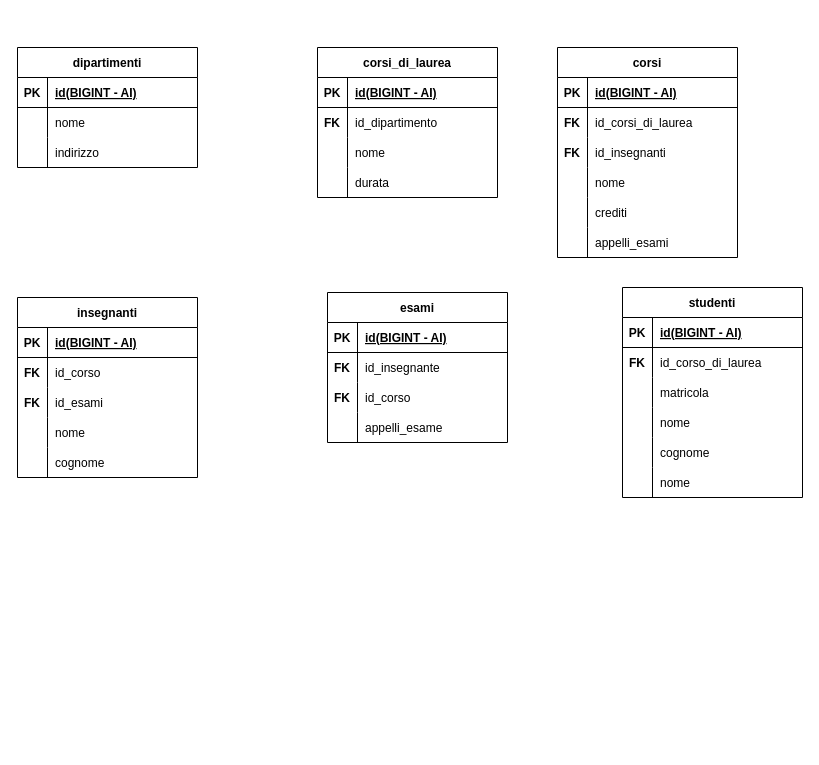
EmilioDeChiara3388/db-university keeps this draw.io diagram as university.drawio. Above is the earlier version. Source tidied: cells renumbered, new cells numbered last; positions are measured from the earlier drawing's top-left corner, leaving out a move shared by most shapes. Both pictures are drawn from the tidied source at 100%, with x=0, y=0 at pixel (17, 47).
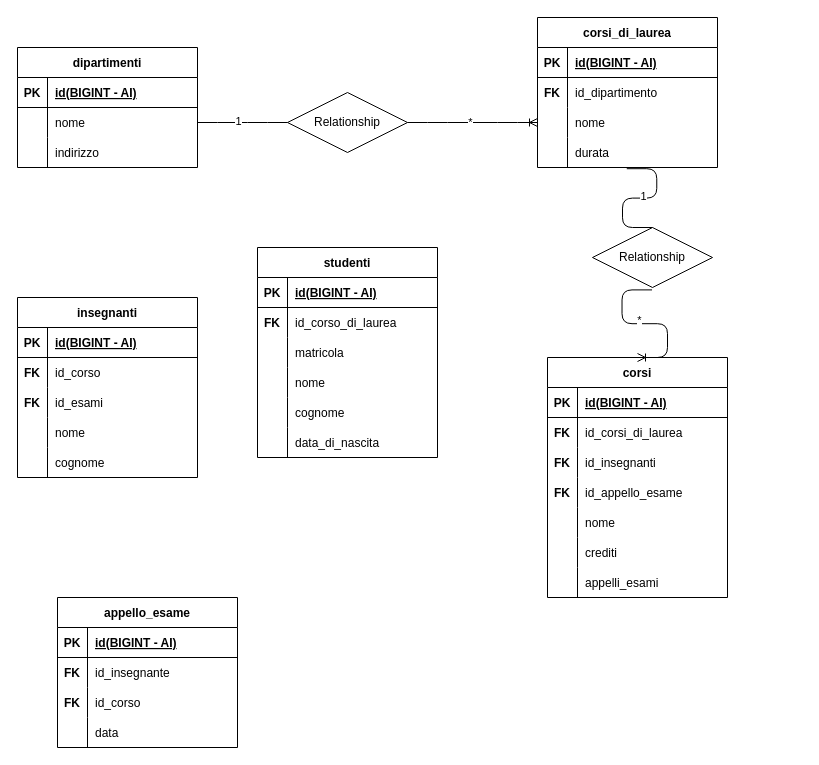
The same page after the edit.

The change refers to these unchanged cells:
```xml
<mxCell id="6" style="shape=tableRow;horizontal=0;startSize=0;swimlaneHead=0;swimlaneBody=0;fillColor=none;points=[[0,0.5],[1,0.5]];portConstraint=eastwest;top=0;left=0;right=0;bottom=0;" parent="2" vertex="1">
  <mxGeometry y="60" width="180" height="30" as="geometry" />
</mxCell>
<mxCell id="19" style="shape=tableRow;horizontal=0;startSize=0;swimlaneHead=0;swimlaneBody=0;fillColor=none;points=[[0,0.5],[1,0.5]];portConstraint=eastwest;top=0;left=0;right=0;bottom=0;" parent="12" vertex="1">
  <mxGeometry y="90" width="180" height="30" as="geometry" />
</mxCell>
<mxCell id="22" style="shape=tableRow;horizontal=0;startSize=0;swimlaneHead=0;swimlaneBody=0;fillColor=none;points=[[0,0.5],[1,0.5]];portConstraint=eastwest;top=0;left=0;right=0;bottom=0;" parent="12" vertex="1">
  <mxGeometry y="120" width="180" height="30" as="geometry" />
</mxCell>
<mxCell id="51" style="shape=tableRow;horizontal=0;startSize=0;swimlaneHead=0;swimlaneBody=0;fillColor=none;top=0;left=0;right=0;bottom=0;" parent="41" vertex="1">
  <mxGeometry y="120" width="180" height="30" as="geometry" />
</mxCell>
<mxCell id="89" style="shape=tableRow;horizontal=0;startSize=0;swimlaneHead=0;swimlaneBody=0;fillColor=none;top=0;left=0;right=0;bottom=0;" parent="73" vertex="1">
  <mxGeometry y="180" width="180" height="30" as="geometry" />
</mxCell>
```

Diff of the diagram source:
```diff
@@
     <mxCell id="12" value="corsi_di_laurea" style="shape=table;startSize=30;childLayout=tableLayout;rowLines=0;fontStyle=1;align=center;" parent="1" vertex="1">
-      <mxGeometry x="300" width="180" height="150" as="geometry" />
+      <mxGeometry x="520" y="-30" width="180" height="150" as="geometry" />
     </mxCell>
@@
-    <mxCell id="41" value="esami" style="shape=table;startSize=30;childLayout=tableLayout;rowLines=0;fontStyle=1;align=center;" parent="1" vertex="1">
-      <mxGeometry x="310" y="245" width="180" height="150" as="geometry" />
+    <mxCell id="41" value="appello_esame" style="shape=table;startSize=30;childLayout=tableLayout;rowLines=0;fontStyle=1;align=center;" parent="1" vertex="1">
+      <mxGeometry x="40" y="550" width="180" height="150" as="geometry" />
     </mxCell>
@@
-    <mxCell id="53" value="appelli_esame" style="shape=partialRectangle;fillColor=none;top=0;left=0;bottom=0;right=0;align=left;spacingLeft=6;overflow=hidden;" parent="51" vertex="1">
+    <mxCell id="53" value="data" style="shape=partialRectangle;fillColor=none;top=0;left=0;bottom=0;right=0;align=left;spacingLeft=6;overflow=hidden;" parent="51" vertex="1">
       <mxGeometry x="30" width="150" height="30" as="geometry" />
     </mxCell>
     <mxCell id="54" value="corsi" style="shape=table;startSize=30;childLayout=tableLayout;rowLines=0;fontStyle=1;align=center;" parent="1" vertex="1">
-      <mxGeometry x="540" width="180" height="210" as="geometry" />
+      <mxGeometry x="530" y="310" width="180" height="240" as="geometry" />
     </mxCell>
@@
+    <mxCell id="92" style="shape=tableRow;horizontal=0;startSize=0;swimlaneHead=0;swimlaneBody=0;fillColor=none;top=0;left=0;right=0;bottom=0;" parent="54" vertex="1">
+      <mxGeometry y="120" width="180" height="30" as="geometry" />
+    </mxCell>
+    <mxCell id="93" value="FK" style="shape=partialRectangle;fillColor=none;top=0;left=0;bottom=0;right=0;overflow=hidden;fontStyle=1;" parent="92" vertex="1">
+      <mxGeometry width="30" height="30" as="geometry" />
+    </mxCell>
+    <mxCell id="94" value="id_appello_esame" style="shape=partialRectangle;fillColor=none;top=0;left=0;bottom=0;right=0;align=left;spacingLeft=6;overflow=hidden;" parent="92" vertex="1">
+      <mxGeometry x="30" width="150" height="30" as="geometry" />
+    </mxCell>
     <mxCell id="64" style="shape=tableRow;horizontal=0;startSize=0;swimlaneHead=0;swimlaneBody=0;fillColor=none;top=0;left=0;right=0;bottom=0;" parent="54" vertex="1">
-      <mxGeometry y="120" width="180" height="30" as="geometry" />
+      <mxGeometry y="150" width="180" height="30" as="geometry" />
     </mxCell>
@@
     <mxCell id="67" style="shape=tableRow;horizontal=0;startSize=0;swimlaneHead=0;swimlaneBody=0;fillColor=none;top=0;left=0;right=0;bottom=0;" parent="54" vertex="1">
-      <mxGeometry y="150" width="180" height="30" as="geometry" />
+      <mxGeometry y="180" width="180" height="30" as="geometry" />
     </mxCell>
@@
     <mxCell id="70" style="shape=tableRow;horizontal=0;startSize=0;swimlaneHead=0;swimlaneBody=0;fillColor=none;top=0;left=0;right=0;bottom=0;" parent="54" vertex="1">
-      <mxGeometry y="180" width="180" height="30" as="geometry" />
+      <mxGeometry y="210" width="180" height="30" as="geometry" />
     </mxCell>
@@
     <mxCell id="73" value="studenti" style="shape=table;startSize=30;childLayout=tableLayout;rowLines=0;fontStyle=1;align=center;" parent="1" vertex="1">
-      <mxGeometry x="605" y="240" width="180" height="210" as="geometry" />
+      <mxGeometry x="240" y="200" width="180" height="210" as="geometry" />
     </mxCell>
@@
-    <mxCell id="91" value="nome" style="shape=partialRectangle;fillColor=none;top=0;left=0;bottom=0;right=0;align=left;spacingLeft=6;overflow=hidden;" parent="89" vertex="1">
+    <mxCell id="91" value="data_di_nascita" style="shape=partialRectangle;fillColor=none;top=0;left=0;bottom=0;right=0;align=left;spacingLeft=6;overflow=hidden;" parent="89" vertex="1">
       <mxGeometry x="30" width="150" height="30" as="geometry" />
     </mxCell>
+    <mxCell id="95" style="edgeStyle=entityRelationEdgeStyle;fontSize=12;html=1;endArrow=ERoneToMany;exitX=1;exitY=0.5;exitDx=0;exitDy=0;entryX=0;entryY=0.5;entryDx=0;entryDy=0;startArrow=none;" parent="1" edge="1" source="99" target="19">
+      <mxGeometry relative="1" as="geometry" />
+    </mxCell>
+    <mxCell id="96" value="*" style="edgeLabel;html=1;align=center;verticalAlign=middle;" parent="95" vertex="1">
+      <mxGeometry x="-0.04" y="1" relative="1" as="geometry" />
+    </mxCell>
+    <mxCell id="97" style="edgeStyle=entityRelationEdgeStyle;fontSize=12;html=1;endArrow=none;exitX=1;exitY=0.5;exitDx=0;exitDy=0;entryX=0;entryY=0.5;entryDx=0;entryDy=0;" parent="1" edge="1" source="6" target="99">
+      <mxGeometry relative="1" as="geometry" />
+    </mxCell>
+    <mxCell id="98" value="1" style="edgeLabel;html=1;align=center;verticalAlign=middle;" parent="97" vertex="1">
+      <mxGeometry x="-0.11" y="2" relative="1" as="geometry" />
+    </mxCell>
+    <mxCell id="99" value="Relationship" style="shape=rhombus;perimeter=rhombusPerimeter;whiteSpace=wrap;html=1;align=center;fillColor=none;" parent="1" vertex="1">
+      <mxGeometry x="270" y="45" width="120" height="60" as="geometry" />
+    </mxCell>
+    <mxCell id="100" style="edgeStyle=entityRelationEdgeStyle;fontSize=12;html=1;endArrow=ERoneToMany;exitX=0.496;exitY=1.04;exitDx=0;exitDy=0;exitPerimeter=0;entryX=0.5;entryY=0;entryDx=0;entryDy=0;startArrow=none;" parent="1" edge="1" source="104" target="54">
+      <mxGeometry relative="1" as="geometry" />
+    </mxCell>
+    <mxCell id="101" value="*" style="edgeLabel;html=1;align=center;verticalAlign=middle;" parent="100" vertex="1">
+      <mxGeometry x="-0.06" y="4" relative="1" as="geometry" />
+    </mxCell>
+    <mxCell id="102" style="edgeStyle=entityRelationEdgeStyle;fontSize=12;html=1;endArrow=none;exitX=0.496;exitY=1.04;exitDx=0;exitDy=0;exitPerimeter=0;entryX=0.5;entryY=0;entryDx=0;entryDy=0;" parent="1" edge="1" source="22" target="104">
+      <mxGeometry relative="1" as="geometry" />
+    </mxCell>
+    <mxCell id="103" value="1" style="edgeLabel;html=1;align=center;verticalAlign=middle;" parent="102" vertex="1">
+      <mxGeometry x="-0.04" y="-2" relative="1" as="geometry" />
+    </mxCell>
+    <mxCell id="104" value="Relationship" style="shape=rhombus;perimeter=rhombusPerimeter;whiteSpace=wrap;html=1;align=center;fillColor=none;" parent="1" vertex="1">
+      <mxGeometry x="575" y="180" width="120" height="60" as="geometry" />
+    </mxCell>
```
